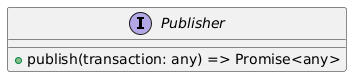
Earlier version of the PlantUML export docs/modules/ROOT/images/publisher-interface-diagram.png (Swiss-Digital-Assets-Institute/public-did-sdk-js).
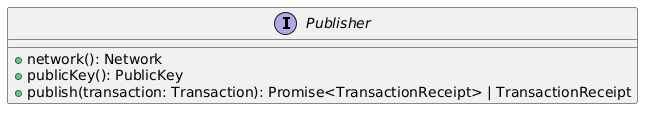
The same diagram one commit later.

The edit, as a diff of the source:
```diff
@@ -1,5 +1,7 @@
 @startuml
 interface Publisher {
-  + publish(transaction: any) => Promise<any>
-}
+        +network(): Network
+        +publicKey(): PublicKey
+        +publish(transaction: Transaction): Promise<TransactionReceipt> | TransactionReceipt
+    }
 @enduml
```
